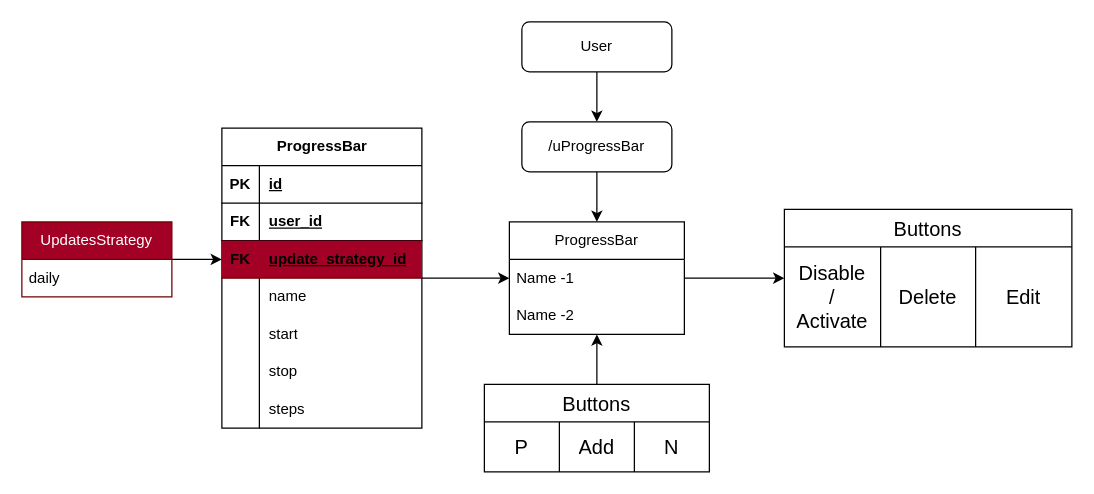
sh1chan/SmallToolBox keeps this draw.io diagram as page "ProgressBar" (4 of 4) of readme/Diagram.drawio. Above is the earlier version. Source tidied: cells renumbered, new cells numbered last; positions are measured from the earlier drawing's top-left corner, leaving out a move shared by most shapes. Both pictures are drawn from the tidied source at 125%, with x=0, y=0 at pixel (21, 21).
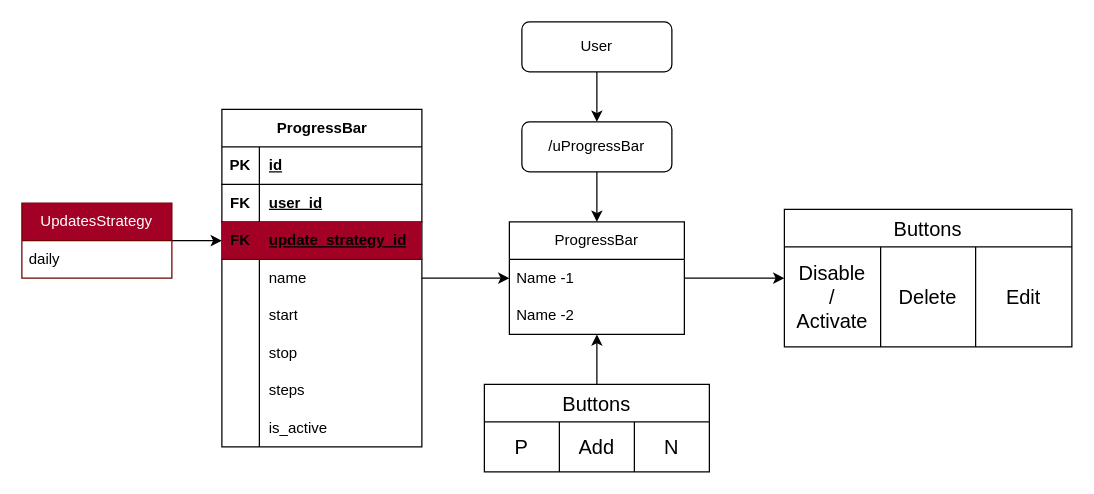
The same page after the edit.

Commit message (it also covers changes not shown here):
Update model `ProgressBar`

Change to the diagram source:
```diff
@@
     <mxCell id="22" value="ProgressBar" style="shape=table;startSize=30;childLayout=tableLayout;rowLines=0;fontStyle=1;align=center;html=1;" parent="1" vertex="1">
-      <mxGeometry x="160" y="85" width="160" height="240" as="geometry" />
+      <mxGeometry x="160" y="70" width="160" height="270" as="geometry" />
     </mxCell>
@@
+    <mxCell id="47" style="shape=tableRow;horizontal=0;startSize=0;swimlaneHead=0;swimlaneBody=0;fillColor=none;top=0;left=0;right=0;bottom=0;" parent="22" vertex="1">
+      <mxGeometry y="240" width="160" height="30" as="geometry" />
+    </mxCell>
+    <mxCell id="48" style="shape=partialRectangle;fillColor=none;top=0;left=0;bottom=0;right=0;overflow=hidden;whiteSpace=wrap;html=1;" parent="47" vertex="1">
+      <mxGeometry width="30" height="30" as="geometry" />
+    </mxCell>
+    <mxCell id="49" value="is_active" style="shape=partialRectangle;fillColor=none;top=0;left=0;bottom=0;right=0;align=left;spacingLeft=6;overflow=hidden;whiteSpace=wrap;html=1;" parent="47" vertex="1">
+      <mxGeometry x="30" width="130" height="30" as="geometry" />
+    </mxCell>
@@
     <mxCell id="45" value="UpdatesStrategy" style="swimlane;fontStyle=0;horizontal=1;startSize=30;whiteSpace=wrap;html=1;fillColor=#a20025;fontColor=#ffffff;strokeColor=#6F0000;" parent="1" vertex="1">
-      <mxGeometry y="160" width="120" height="60" as="geometry" />
+      <mxGeometry y="145" width="120" height="60" as="geometry" />
     </mxCell>
```
